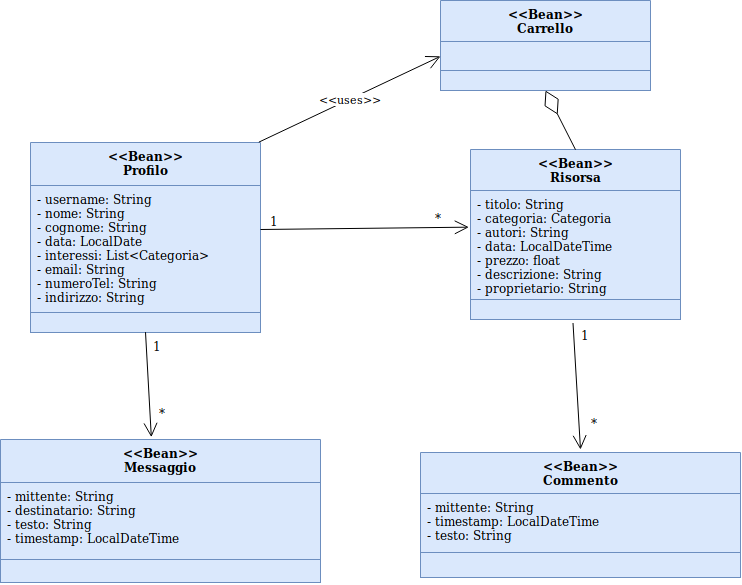
Earlier version of the draw.io export Reingegnerizzazione/DettaglioProfilo.png (SundavarBlaka/Alexandria). Source tidied: cells renumbered, new cells last; positions are measured from the earlier drawing's top-left corner, leaving out a move shared by most shapes.
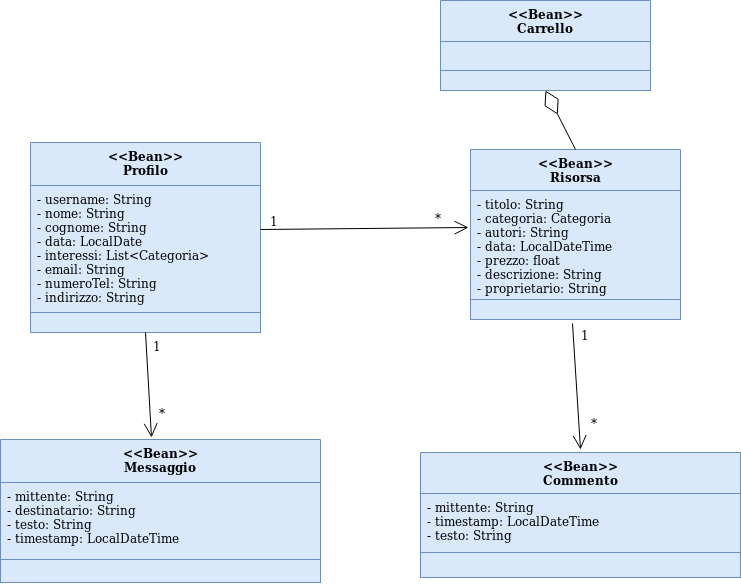
After the change.

The edit, as a diff of the source:
```diff
@@ -50,9 +50,6 @@
     <mxCell id="17" style="endArrow=diamondThin;endFill=0;endSize=24;html=1;entryX=0.5;entryY=1;entryDx=0;entryDy=0;exitX=0.5;exitY=0;exitDx=0;exitDy=0;" parent="1" edge="1" source="5" target="14">
       <mxGeometry relative="1" as="geometry" />
     </mxCell>
-    <mxCell id="18" value="&amp;lt;&amp;lt;uses&amp;gt;&amp;gt;" style="endArrow=open;endFill=1;endSize=12;html=1;entryX=0;entryY=0.5;entryDx=0;entryDy=0;exitX=0.991;exitY=0;exitDx=0;exitDy=0;exitPerimeter=0;" parent="1" edge="1" source="2" target="15">
-      <mxGeometry relative="1" as="geometry" />
-    </mxCell>
     <mxCell id="19" style="endArrow=open;endFill=1;endSize=12;html=1;entryX=-0.008;entryY=0.336;entryDx=0;entryDy=0;entryPerimeter=0;" parent="1" edge="1" target="6">
       <mxGeometry relative="1" as="geometry">
         <mxPoint x="260" y="229" as="sourcePoint" />
```
